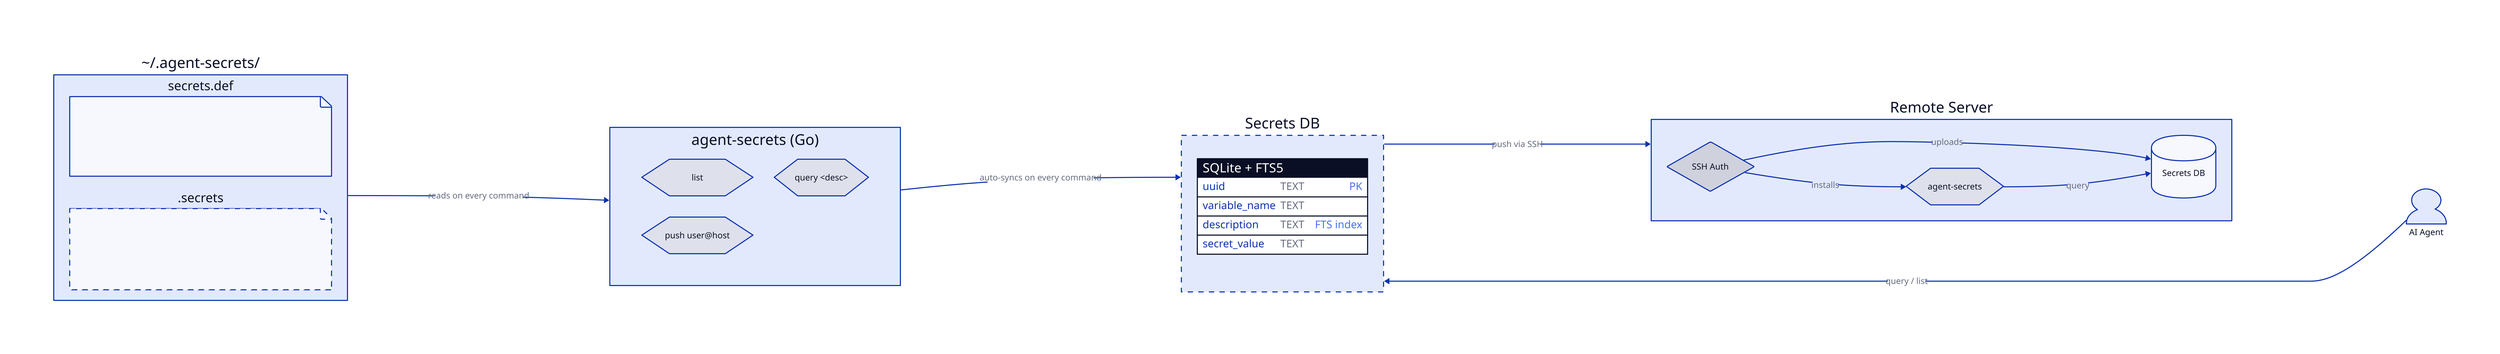
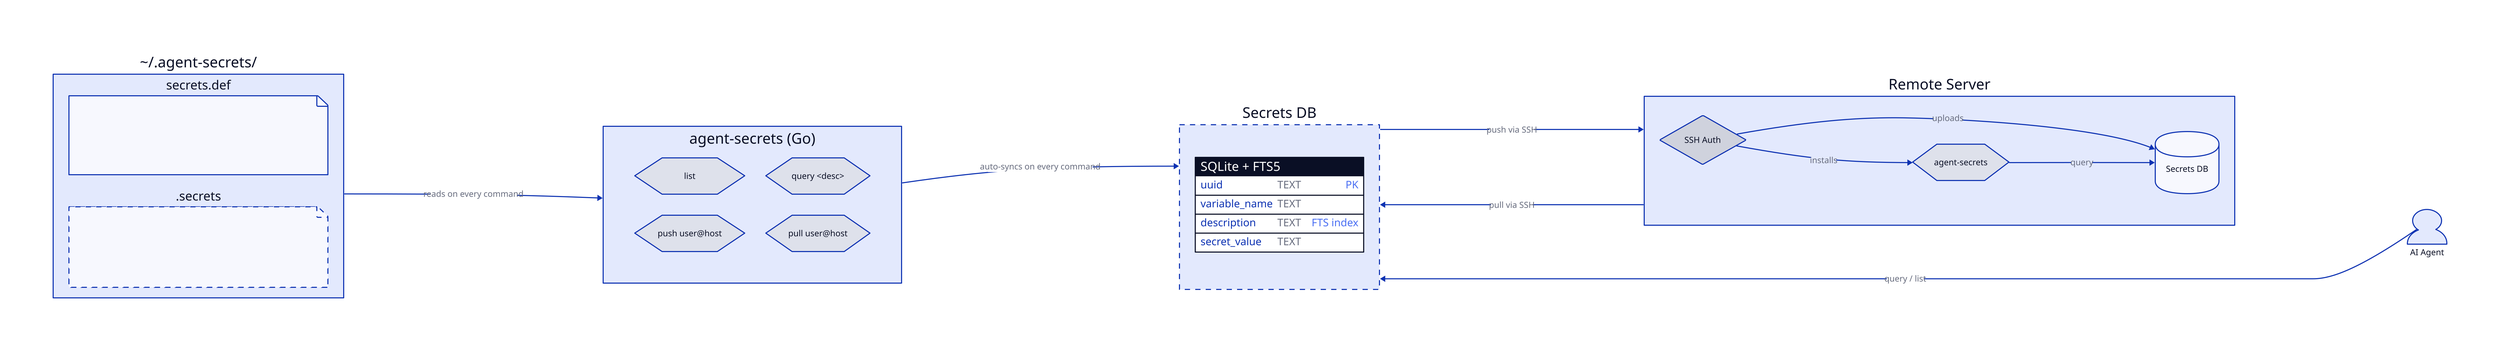
direction: right

source: "~/.agent-secrets/" {
  direction: down

  secrets_def: secrets.def {
    shape: page
    content: |md
      ```yaml
      API_KEY: "OpenAI API key"
      DB_PASS: "Prod DB password"
      ```
    |
  }

  dot_secrets: .secrets {
    shape: page
    style.stroke-dash: 5
    content: |md
      ```env
      API_KEY=sk-abc123
      DB_PASS=hunter2
      ```
    |
  }
}

cli: "agent-secrets (Go)" {
  grid-rows: 2
  grid-columns: 2

  list: list {shape: hexagon}
  query: "query <desc>" {shape: hexagon}
  push: "push user@host" {shape: hexagon}
+   pull: "pull user@host" {shape: hexagon}
}

db: Secrets DB {
  style.stroke-dash: 5
  schema: SQLite + FTS5 {
    shape: sql_table
    uuid: TEXT {constraint: PK}
    variable_name: TEXT
    description: TEXT {constraint: "FTS index"}
    secret_value: TEXT
  }
}

remote: Remote Server {
  direction: down
  ssh: SSH Auth {shape: diamond}
  remote_cli: agent-secrets {shape: hexagon}
  remote_db: Secrets DB {shape: cylinder}

  ssh -> remote_cli: installs
  ssh -> remote_db: uploads
  remote_cli -> remote_db: query
}

agent: AI Agent {shape: person}

# ── Flow ──────────────────────────────────────────────────────

source -> cli: reads on every command
cli -> db: auto-syncs on every command
db -> remote: push via SSH
+ remote -> db: pull via SSH
agent -> db: query / list

# ── Ordering ──────────────────────────────────────────────────

source -> cli: "" {style.opacity: 0}
cli -> db: "" {style.opacity: 0}
db -> remote: "" {style.opacity: 0}
remote -> agent: "" {style.opacity: 0}
